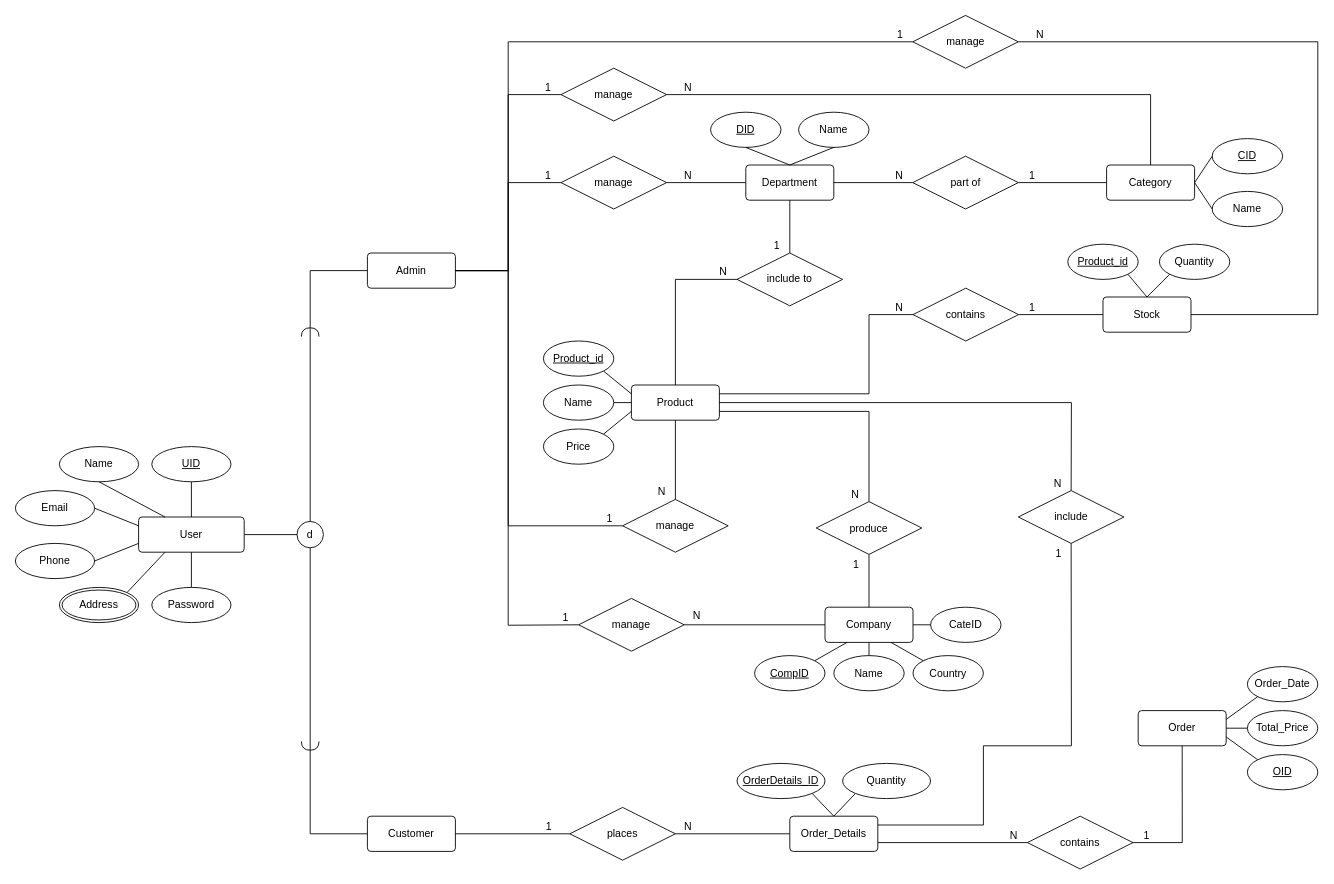
The draw.io diagram ERDs/drawio/Logical ERD.drawio in Mohammed-3tef/Kheir_Market, before the edit. Source tidied: cells renumbered, new cells numbered last; positions are measured from the earlier drawing's top-left corner, leaving out a move shared by most shapes. Both pictures are drawn from the tidied source at 88%, with x=0, y=0 at pixel (15, 15).
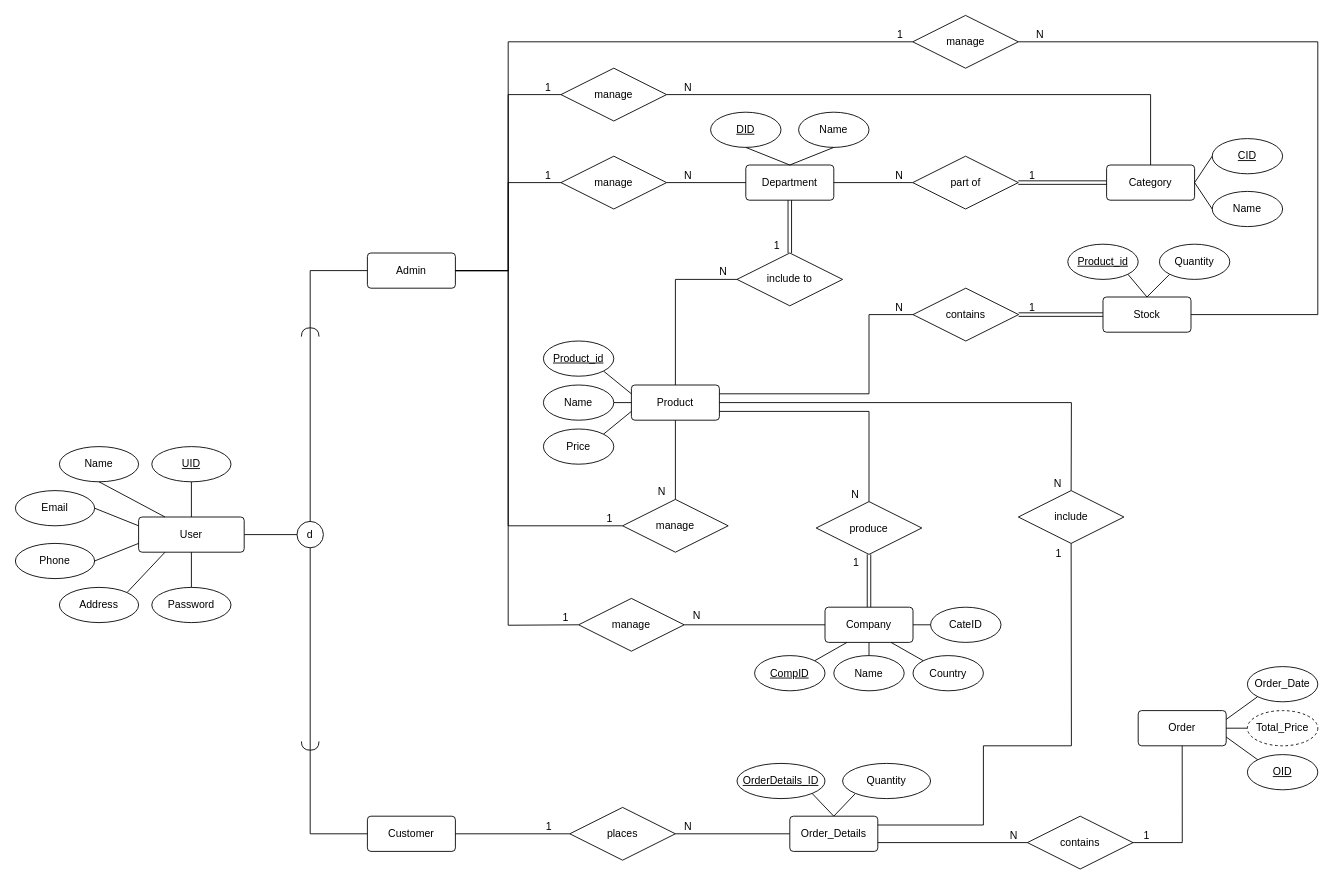
The same page after the edit.

Unchanged cells that the change refers to:
```xml
<mxCell id="4" value="Category" style="rounded=1;arcSize=10;whiteSpace=wrap;html=1;align=center;" parent="1" vertex="1">
  <mxGeometry x="1240" y="170" width="100" height="40" as="geometry" />
</mxCell>
<mxCell id="54" value="Department" style="rounded=1;arcSize=10;whiteSpace=wrap;html=1;align=center;" parent="1" vertex="1">
  <mxGeometry x="830" y="170" width="100" height="40" as="geometry" />
</mxCell>
<mxCell id="57" value="Company" style="rounded=1;arcSize=10;whiteSpace=wrap;html=1;align=center;" parent="1" vertex="1">
  <mxGeometry x="920" y="672.5" width="100" height="40" as="geometry" />
</mxCell>
<mxCell id="68" value="part of" style="shape=rhombus;perimeter=rhombusPerimeter;whiteSpace=wrap;html=1;align=center;" parent="1" vertex="1">
  <mxGeometry x="1019.7" y="160" width="120" height="60" as="geometry" />
</mxCell>
<mxCell id="75" value="include to" style="shape=rhombus;perimeter=rhombusPerimeter;whiteSpace=wrap;html=1;align=center;" parent="1" vertex="1">
  <mxGeometry x="820" y="270" width="120" height="60" as="geometry" />
</mxCell>
<mxCell id="78" value="Stock" style="rounded=1;arcSize=10;whiteSpace=wrap;html=1;align=center;" parent="1" vertex="1">
  <mxGeometry x="1235.9" y="320" width="100" height="40" as="geometry" />
</mxCell>
<mxCell id="85" value="contains" style="shape=rhombus;perimeter=rhombusPerimeter;whiteSpace=wrap;html=1;align=center;" parent="1" vertex="1">
  <mxGeometry x="1020" y="310" width="120" height="60" as="geometry" />
</mxCell>
<mxCell id="106" value="produce" style="shape=rhombus;perimeter=rhombusPerimeter;whiteSpace=wrap;html=1;align=center;" parent="1" vertex="1">
  <mxGeometry x="910" y="552.5" width="120" height="60" as="geometry" />
</mxCell>
```

What changed in the source:
```diff
@@
-    <mxCell id="32" value="Total_Price" style="ellipse;whiteSpace=wrap;html=1;align=center;" parent="1" vertex="1">
-      <mxGeometry x="1400" y="790" width="80" height="40" as="geometry" />
-    </mxCell>
@@
-    <mxCell id="46" value="Address" style="ellipse;shape=doubleEllipse;margin=3;whiteSpace=wrap;html=1;align=center;" parent="1" vertex="1">
-      <mxGeometry x="50" y="650" width="90" height="40" as="geometry" />
-    </mxCell>
@@
-    <mxCell id="71" style="endArrow=none;html=1;rounded=0;exitX=0;exitY=0.5;exitDx=0;exitDy=0;entryX=1;entryY=0.5;entryDx=0;entryDy=0;" parent="1" edge="1" source="4" target="68">
-      <mxGeometry relative="1" as="geometry" />
-    </mxCell>
-    <mxCell id="72" value="1" style="html=1;whiteSpace=wrap;align=right;verticalAlign=bottom;" parent="71" vertex="1">
-      <mxGeometry x="1" relative="1" as="geometry">
-        <mxPoint x="20" as="offset" />
-      </mxGeometry>
-    </mxCell>
-    <mxCell id="73" style="endArrow=none;html=1;rounded=0;exitX=0.5;exitY=1;exitDx=0;exitDy=0;" parent="1" edge="1" source="54" target="75">
-      <mxGeometry relative="1" as="geometry" />
-    </mxCell>
-    <mxCell id="74" value="1" style="html=1;whiteSpace=wrap;align=right;verticalAlign=bottom;" parent="73" vertex="1">
-      <mxGeometry x="1" relative="1" as="geometry">
-        <mxPoint x="-10" as="offset" />
-      </mxGeometry>
-    </mxCell>
@@
-    <mxCell id="86" style="endArrow=none;html=1;rounded=0;exitX=0;exitY=0.5;exitDx=0;exitDy=0;entryX=1;entryY=0.5;entryDx=0;entryDy=0;" parent="1" edge="1" source="78" target="85">
-      <mxGeometry relative="1" as="geometry" />
-    </mxCell>
-    <mxCell id="87" value="1" style="html=1;whiteSpace=wrap;align=right;verticalAlign=bottom;" parent="86" vertex="1">
-      <mxGeometry x="1" relative="1" as="geometry">
-        <mxPoint x="20" as="offset" />
-      </mxGeometry>
-    </mxCell>
@@
-    <mxCell id="109" style="endArrow=none;html=1;rounded=0;exitX=0.5;exitY=0;exitDx=0;exitDy=0;entryX=0.5;entryY=1;entryDx=0;entryDy=0;" parent="1" edge="1" source="57" target="106">
-      <mxGeometry relative="1" as="geometry" />
-    </mxCell>
-    <mxCell id="110" value="1" style="html=1;whiteSpace=wrap;align=right;verticalAlign=bottom;" parent="109" vertex="1">
-      <mxGeometry x="1" relative="1" as="geometry">
-        <mxPoint x="-10" y="20" as="offset" />
-      </mxGeometry>
-    </mxCell>
@@
+    <mxCell id="46" value="Address" style="ellipse;whiteSpace=wrap;html=1;align=center;" parent="1" vertex="1">
+      <mxGeometry x="50" y="650" width="90" height="40" as="geometry" />
+    </mxCell>
+    <mxCell id="32" value="Total_Price" style="ellipse;whiteSpace=wrap;html=1;align=center;dashed=1;" parent="1" vertex="1">
+      <mxGeometry x="1400" y="790" width="80" height="40" as="geometry" />
+    </mxCell>
+    <mxCell id="73" style="shape=link;html=1;rounded=0;exitX=0.5;exitY=1;exitDx=0;exitDy=0;entryX=0.5;entryY=0;entryDx=0;entryDy=0;" parent="1" edge="1" source="54" target="75">
+      <mxGeometry relative="1" as="geometry" />
+    </mxCell>
+    <mxCell id="129" value="1" style="html=1;whiteSpace=wrap;align=right;verticalAlign=bottom;" parent="73" vertex="1">
+      <mxGeometry x="1" relative="1" as="geometry">
+        <mxPoint x="-10" as="offset" />
+      </mxGeometry>
+    </mxCell>
+    <mxCell id="86" style="shape=link;html=1;rounded=0;exitX=0;exitY=0.5;exitDx=0;exitDy=0;entryX=1;entryY=0.5;entryDx=0;entryDy=0;" parent="1" edge="1" source="78" target="85">
+      <mxGeometry relative="1" as="geometry" />
+    </mxCell>
+    <mxCell id="130" value="1" style="html=1;whiteSpace=wrap;align=right;verticalAlign=bottom;" parent="86" vertex="1">
+      <mxGeometry x="1" relative="1" as="geometry">
+        <mxPoint x="20" as="offset" />
+      </mxGeometry>
+    </mxCell>
+    <mxCell id="71" style="shape=link;html=1;rounded=0;exitX=0;exitY=0.5;exitDx=0;exitDy=0;entryX=1;entryY=0.5;entryDx=0;entryDy=0;" parent="1" edge="1" source="4" target="68">
+      <mxGeometry relative="1" as="geometry" />
+    </mxCell>
+    <mxCell id="131" value="1" style="html=1;whiteSpace=wrap;align=right;verticalAlign=bottom;" parent="71" vertex="1">
+      <mxGeometry x="1" relative="1" as="geometry">
+        <mxPoint x="20" as="offset" />
+      </mxGeometry>
+    </mxCell>
+    <mxCell id="109" style="shape=link;html=1;rounded=0;exitX=0.5;exitY=0;exitDx=0;exitDy=0;entryX=0.5;entryY=1;entryDx=0;entryDy=0;" parent="1" edge="1" source="57" target="106">
+      <mxGeometry relative="1" as="geometry" />
+    </mxCell>
+    <mxCell id="132" value="1" style="html=1;whiteSpace=wrap;align=right;verticalAlign=bottom;" parent="109" vertex="1">
+      <mxGeometry x="1" relative="1" as="geometry">
+        <mxPoint x="-10" y="17" as="offset" />
+      </mxGeometry>
+    </mxCell>
```
